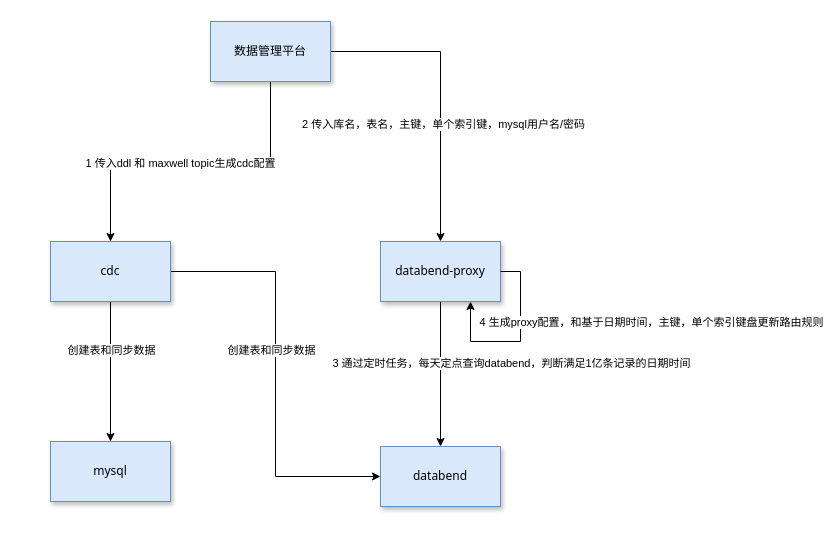
Above: doc/databend-mysql缓存实现设计.drawio in jackjoesh/databend (draw.io), before the change. Source tidied: cells renumbered, new cells numbered last; positions are measured from the earlier drawing's top-left corner, leaving out a move shared by most shapes. Both pictures are drawn from the tidied source at 100%, with x=0, y=0 at pixel (50, 21).
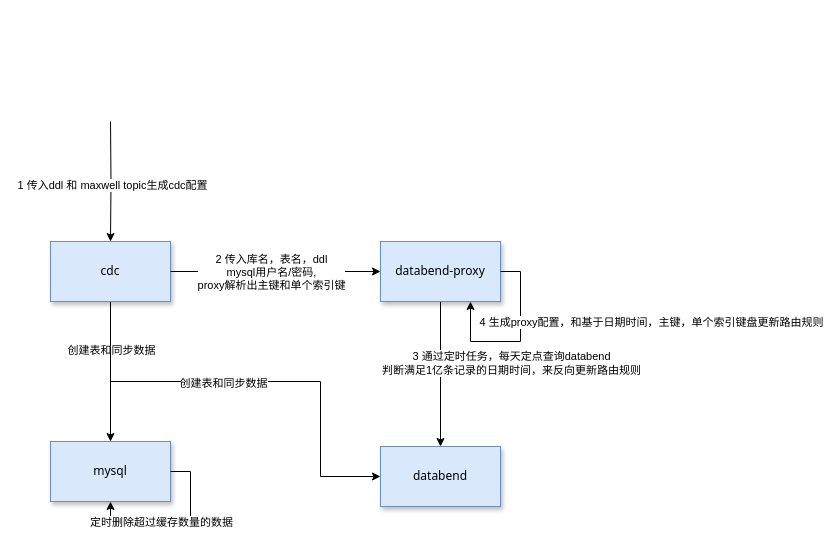
The same page after the edit.

Commit message:
更新databend-mysql缓存实现设计.drawio

Unchanged cells that the change refers to:
```xml
<mxCell id="6" value="cdc" style="rounded=0;whiteSpace=wrap;html=1;fillColor=#dae8fc;strokeColor=#6c8ebf;shadow=1;fontFamily=Tahoma;" parent="1" vertex="1">
  <mxGeometry y="220" width="120" height="60" as="geometry" />
</mxCell>
<mxCell id="7" style="edgeStyle=orthogonalEdgeStyle;rounded=0;jettySize=auto;html=1;exitX=0.5;exitY=1;exitDx=0;exitDy=0;entryX=0.5;entryY=0;entryDx=0;entryDy=0;" parent="1" edge="1" source="9" target="10">
  <mxGeometry relative="1" as="geometry" />
</mxCell>
<mxCell id="9" value="databend-proxy" style="rounded=0;whiteSpace=wrap;html=1;fillColor=#dae8fc;strokeColor=#6c8ebf;shadow=1;fontFamily=Tahoma;" parent="1" vertex="1">
  <mxGeometry x="330" y="220" width="120" height="60" as="geometry" />
</mxCell>
<mxCell id="10" value="databend" style="rounded=0;whiteSpace=wrap;html=1;fillColor=#dae8fc;strokeColor=#6c8ebf;shadow=1;fontFamily=Tahoma;" parent="1" vertex="1">
  <mxGeometry x="330" y="425" width="120" height="60" as="geometry" />
</mxCell>
<mxCell id="18" value="mysql" style="rounded=0;whiteSpace=wrap;html=1;fillColor=#dae8fc;strokeColor=#6c8ebf;shadow=1;fontFamily=Tahoma;" parent="1" vertex="1">
  <mxGeometry y="420" width="120" height="60" as="geometry" />
</mxCell>
```

Change to the diagram source:
```diff
@@
-    <mxCell id="4" style="edgeStyle=orthogonalEdgeStyle;rounded=0;jettySize=auto;html=1;exitX=1;exitY=0.5;exitDx=0;exitDy=0;entryX=0;entryY=0.5;entryDx=0;entryDy=0;" parent="1" edge="1" source="6" target="10">
-      <mxGeometry relative="1" as="geometry" />
+    <mxCell id="4" style="edgeStyle=orthogonalEdgeStyle;rounded=0;jettySize=auto;html=1;exitX=0.5;exitY=1;exitDx=0;exitDy=0;entryX=0;entryY=0.5;entryDx=0;entryDy=0;" parent="1" edge="1" source="6" target="10">
+      <mxGeometry relative="1" as="geometry">
+        <Array as="points">
+          <mxPoint x="60" y="360" />
+          <mxPoint x="270" y="360" />
+          <mxPoint x="270" y="455" />
+        </Array>
+      </mxGeometry>
     </mxCell>
@@
-    <mxCell id="8" value="3 通过定时任务，每天定点查询databend，判断满足1亿条记录的日期时间" style="edgeLabel;html=1;align=center;verticalAlign=middle;" parent="7" vertex="1">
+    <mxCell id="8" value="3 通过定时任务，每天定点查询databend&lt;div&gt;判断满足1亿条记录的日期时间，来反向更新路由规则&lt;/div&gt;" style="edgeLabel;html=1;align=center;verticalAlign=middle;" parent="7" vertex="1">
       <mxGeometry x="-0.16" y="3" relative="1" as="geometry">
         <mxPoint x="67" as="offset" />
       </mxGeometry>
     </mxCell>
@@
-    <mxCell id="11" style="edgeStyle=orthogonalEdgeStyle;rounded=0;jettySize=auto;html=1;exitX=0.5;exitY=1;exitDx=0;exitDy=0;entryX=0.5;entryY=0;entryDx=0;entryDy=0;" parent="1" edge="1" source="15" target="6">
-      <mxGeometry relative="1" as="geometry" />
+    <mxCell id="11" style="edgeStyle=orthogonalEdgeStyle;rounded=0;jettySize=auto;html=1;entryX=0.5;entryY=0;entryDx=0;entryDy=0;" parent="1" edge="1" target="6">
+      <mxGeometry relative="1" as="geometry">
+        <mxPoint x="60" y="100" as="sourcePoint" />
+      </mxGeometry>
     </mxCell>
@@
-    <mxCell id="13" style="edgeStyle=orthogonalEdgeStyle;rounded=0;jettySize=auto;html=1;exitX=1;exitY=0.5;exitDx=0;exitDy=0;" parent="1" edge="1" source="15" target="9">
+    <mxCell id="13" style="edgeStyle=orthogonalEdgeStyle;rounded=0;jettySize=auto;html=1;exitX=1;exitY=0.5;exitDx=0;exitDy=0;" parent="1" edge="1" source="6" target="9">
       <mxGeometry relative="1" as="geometry" />
     </mxCell>
-    <mxCell id="14" value="2 传入库名，表名，主键，单个索引键，mysql用户名/密码" style="edgeLabel;html=1;align=center;verticalAlign=middle;" parent="13" vertex="1">
-      <mxGeometry x="0.21" y="2" relative="1" as="geometry" />
+    <mxCell id="14" value="2 传入库名，表名，ddl&lt;div&gt;mysql用户名/密码,&lt;div&gt;proxy解析出主键和单个索引键&lt;/div&gt;&lt;/div&gt;" style="edgeLabel;html=1;align=center;verticalAlign=middle;" parent="13" vertex="1">
+      <mxGeometry x="0.21" y="2" relative="1" as="geometry">
+        <mxPoint x="-27" y="2" as="offset" />
+      </mxGeometry>
     </mxCell>
-    <mxCell id="15" value="数据管理平台" style="rounded=0;whiteSpace=wrap;html=1;fillColor=#dae8fc;strokeColor=#6c8ebf;shadow=1;fontFamily=Tahoma;" parent="1" vertex="1">
-      <mxGeometry x="160" width="120" height="60" as="geometry" />
-    </mxCell>
@@
+    <mxCell id="19" style="edgeStyle=orthogonalEdgeStyle;rounded=0;orthogonalLoop=1;jettySize=auto;html=1;exitX=1;exitY=0.5;exitDx=0;exitDy=0;entryX=0.5;entryY=1;entryDx=0;entryDy=0;" parent="1" edge="1" source="18" target="18">
+      <mxGeometry relative="1" as="geometry" />
+    </mxCell>
+    <mxCell id="20" value="定时删除超过缓存数量的数据" style="edgeLabel;html=1;align=center;verticalAlign=middle;" parent="19" vertex="1">
+      <mxGeometry x="0.18" relative="1" as="geometry" />
+    </mxCell>
```
